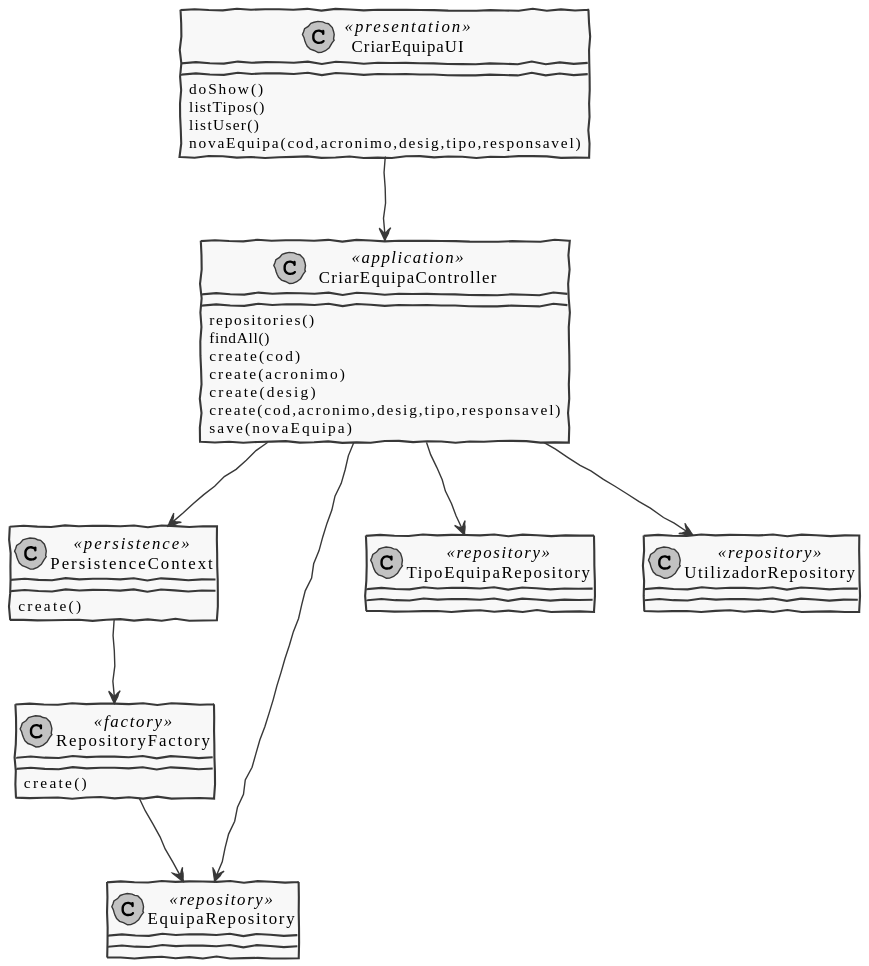
This is docs/US2052_CriarEquipa/CriarEquipaCD.svg from pedrolemos4/LAPR4, a PlantUML export, as it was before one commit.
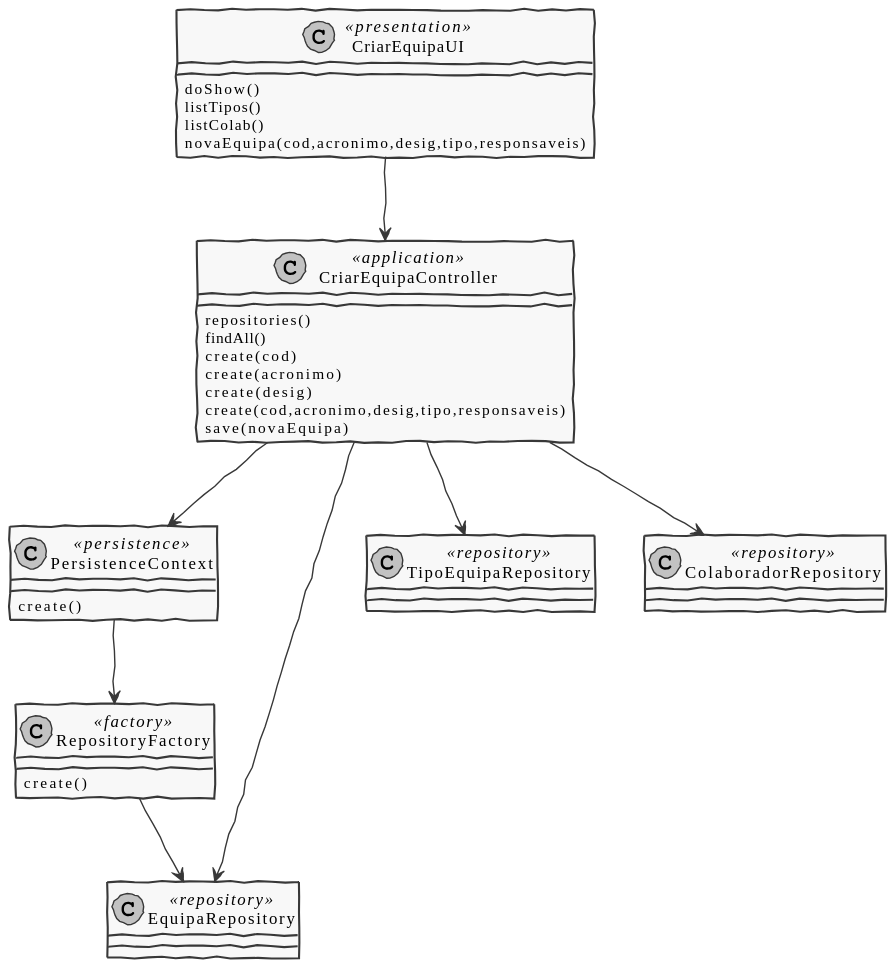
After the commit.

Diff of the diagram source:
```diff
@@ -11,26 +11,26 @@
 class RepositoryFactory <<factory>>
 class EquipaRepository <<repository>>
 class TipoEquipaRepository <<repository>>
-class UtilizadorRepository <<repository>>
+class ColaboradorRepository <<repository>>
 
 
 CriarEquipaUI --> CriarEquipaController
 CriarEquipaUI : doShow()
 CriarEquipaUI : listTipos()
-CriarEquipaUI : listUser()
-CriarEquipaUI : novaEquipa(cod,acronimo,desig,tipo,responsavel)
+CriarEquipaUI : listColab()
+CriarEquipaUI : novaEquipa(cod,acronimo,desig,tipo,responsaveis)
 
 CriarEquipaController : repositories()
 CriarEquipaController : findAll()
 CriarEquipaController : create(cod)
 CriarEquipaController : create(acronimo)
 CriarEquipaController : create(desig)
-CriarEquipaController : create(cod,acronimo,desig,tipo,responsavel)
+CriarEquipaController : create(cod,acronimo,desig,tipo,responsaveis)
 CriarEquipaController : save(novaEquipa)
 
 CriarEquipaController --> EquipaRepository
 CriarEquipaController --> TipoEquipaRepository
-CriarEquipaController --> UtilizadorRepository
+CriarEquipaController --> ColaboradorRepository
 CriarEquipaController --> PersistenceContext
 PersistenceContext --> RepositoryFactory
 
```
